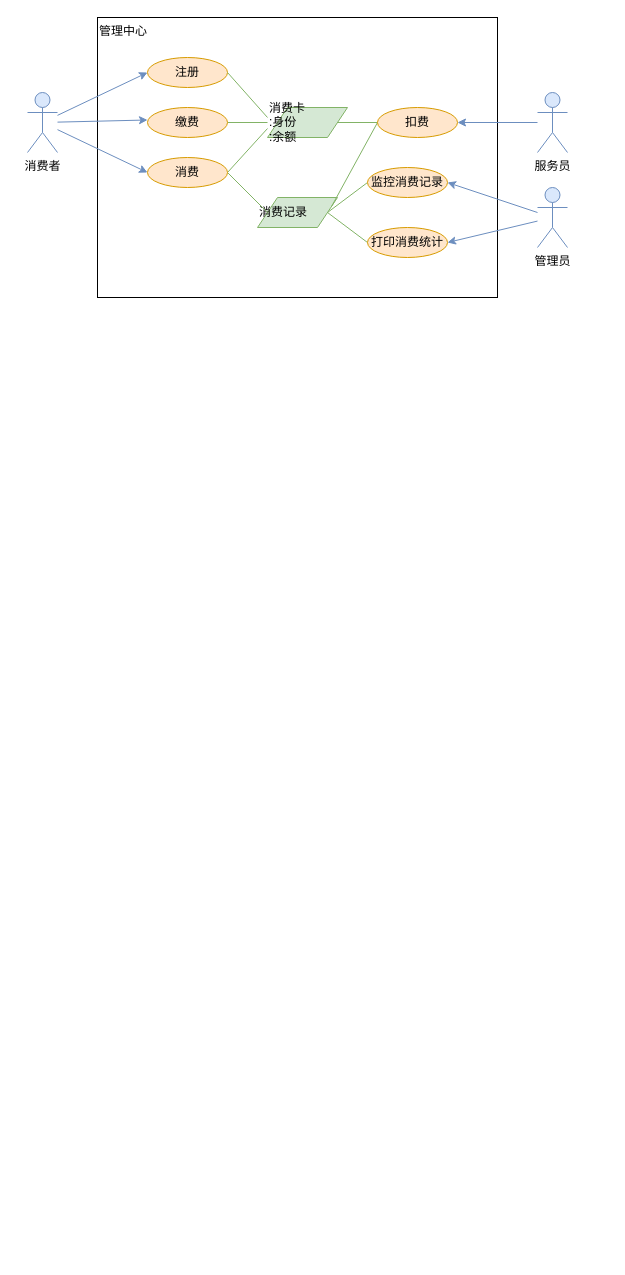
The draw.io diagram jk_week1.drawio in sycoral/sharefiles, before the edit. Source tidied: cells renumbered, new cells numbered last; positions are measured from the earlier drawing's top-left corner, leaving out a move shared by most shapes. Both pictures are drawn from the tidied source at 100%, with x=0, y=0 at pixel (27, 17).
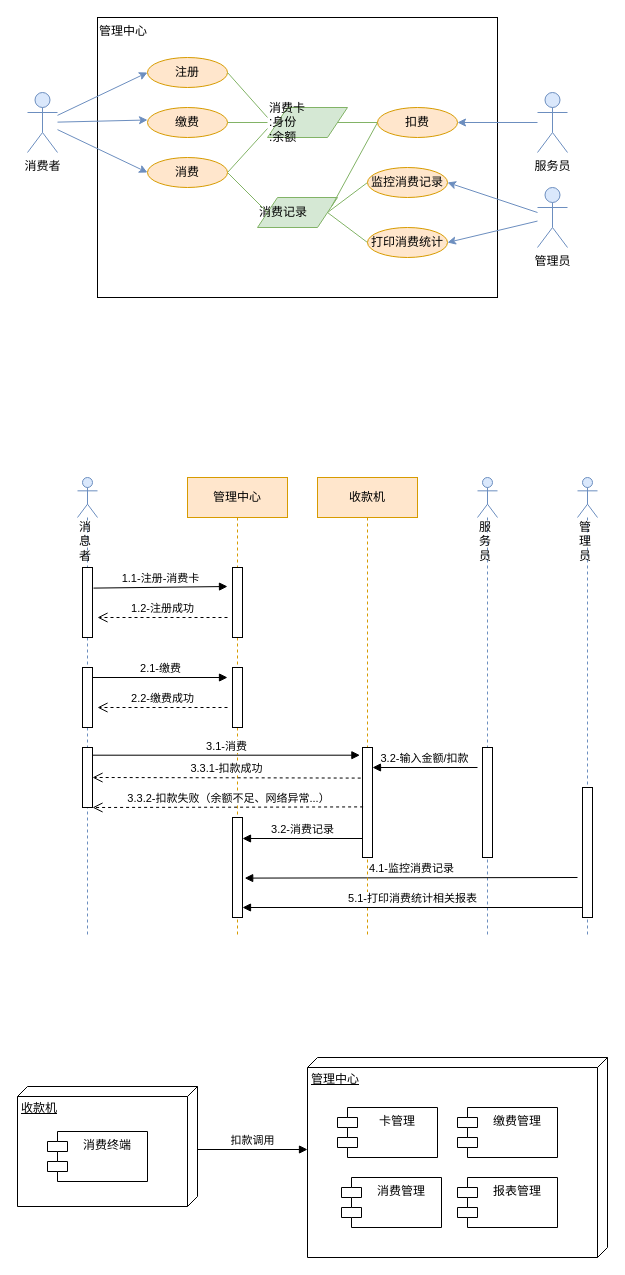
Above is the later version.

The edit, as a diff of the source:
```diff
@@
+    <mxCell id="28" value="&lt;div&gt;&lt;span&gt;消息者&lt;/span&gt;&lt;/div&gt;" style="shape=umlLifeline;participant=umlActor;perimeter=lifelinePerimeter;whiteSpace=wrap;html=1;verticalAlign=top;spacingTop=36;align=left;fillColor=#dae8fc;strokeColor=#6c8ebf;" parent="1" vertex="1">
+      <mxGeometry x="50" y="460" width="20" height="460" as="geometry" />
+    </mxCell>
+    <mxCell id="29" style="html=1;perimeter=orthogonalPerimeter;align=left;" parent="28" vertex="1">
+      <mxGeometry x="5" y="90" width="10" height="70" as="geometry" />
+    </mxCell>
+    <mxCell id="30" style="html=1;perimeter=orthogonalPerimeter;align=center;" parent="28" vertex="1">
+      <mxGeometry x="5" y="190" width="10" height="60" as="geometry" />
+    </mxCell>
+    <mxCell id="31" style="html=1;points=[];perimeter=orthogonalPerimeter;align=center;" parent="28" vertex="1">
+      <mxGeometry x="5" y="270" width="10" height="60" as="geometry" />
+    </mxCell>
+    <mxCell id="32" value="服务员" style="shape=umlLifeline;participant=umlActor;perimeter=lifelinePerimeter;whiteSpace=wrap;html=1;verticalAlign=top;spacingTop=36;align=left;fillColor=#dae8fc;strokeColor=#6c8ebf;" parent="1" vertex="1">
+      <mxGeometry x="450" y="460" width="20" height="460" as="geometry" />
+    </mxCell>
+    <mxCell id="33" style="html=1;perimeter=orthogonalPerimeter;align=center;" parent="32" vertex="1">
+      <mxGeometry x="5" y="270" width="10" height="110" as="geometry" />
+    </mxCell>
+    <mxCell id="34" value="管理员" style="shape=umlLifeline;participant=umlActor;perimeter=lifelinePerimeter;whiteSpace=wrap;html=1;verticalAlign=top;spacingTop=36;align=left;fillColor=#dae8fc;strokeColor=#6c8ebf;" parent="1" vertex="1">
+      <mxGeometry x="550" y="460" width="20" height="460" as="geometry" />
+    </mxCell>
+    <mxCell id="35" style="html=1;perimeter=orthogonalPerimeter;align=center;" parent="34" vertex="1">
+      <mxGeometry x="5" y="310" width="10" height="130" as="geometry" />
+    </mxCell>
+    <mxCell id="36" value="管理中心" style="shape=umlLifeline;perimeter=lifelinePerimeter;whiteSpace=wrap;html=1;align=center;fillColor=#ffe6cc;strokeColor=#d79b00;" parent="1" vertex="1">
+      <mxGeometry x="160" y="460" width="100" height="460" as="geometry" />
+    </mxCell>
+    <mxCell id="37" style="html=1;perimeter=orthogonalPerimeter;align=center;" parent="36" vertex="1">
+      <mxGeometry x="45" y="90" width="10" height="70" as="geometry" />
+    </mxCell>
+    <mxCell id="38" style="html=1;perimeter=orthogonalPerimeter;align=center;" parent="36" vertex="1">
+      <mxGeometry x="45" y="190" width="10" height="60" as="geometry" />
+    </mxCell>
+    <mxCell id="39" style="html=1;points=[];perimeter=orthogonalPerimeter;align=center;" parent="36" vertex="1">
+      <mxGeometry x="45" y="340" width="10" height="100" as="geometry" />
+    </mxCell>
+    <mxCell id="40" value="4.1-监控消费记录" style="html=1;verticalAlign=bottom;endArrow=block;entryX=1.22;entryY=0.606;entryDx=0;entryDy=0;entryPerimeter=0;" parent="36" edge="1" target="39">
+      <mxGeometry relative="1" as="geometry">
+        <mxPoint x="390" y="400" as="sourcePoint" />
+      </mxGeometry>
+    </mxCell>
+    <mxCell id="41" value="收款机" style="shape=umlLifeline;perimeter=lifelinePerimeter;whiteSpace=wrap;html=1;align=center;fillColor=#ffe6cc;strokeColor=#d79b00;" parent="1" vertex="1">
+      <mxGeometry x="290" y="460" width="100" height="460" as="geometry" />
+    </mxCell>
+    <mxCell id="42" style="html=1;points=[];perimeter=orthogonalPerimeter;align=center;" parent="41" vertex="1">
+      <mxGeometry x="45" y="270" width="10" height="110" as="geometry" />
+    </mxCell>
+    <mxCell id="43" value="3.2-输入金额/扣款" style="html=1;verticalAlign=bottom;endArrow=block;" parent="41" edge="1" target="42">
+      <mxGeometry relative="1" as="geometry">
+        <mxPoint x="160" y="290" as="sourcePoint" />
+      </mxGeometry>
+    </mxCell>
+    <mxCell id="44" value="1.1-注册-消费卡" style="html=1;verticalAlign=bottom;endArrow=block;exitX=1.1;exitY=0.133;exitDx=0;exitDy=0;exitPerimeter=0;" parent="1" edge="1">
+      <mxGeometry relative="1" as="geometry">
+        <mxPoint x="66" y="570.6" as="sourcePoint" />
+        <mxPoint x="200" y="569" as="targetPoint" />
+      </mxGeometry>
+    </mxCell>
+    <mxCell id="45" value="1.2-注册成功" style="html=1;verticalAlign=bottom;endArrow=open;dashed=1;endSize=8;" parent="1" edge="1">
+      <mxGeometry relative="1" as="geometry">
+        <mxPoint x="200" y="600" as="sourcePoint" />
+        <mxPoint x="70" y="600" as="targetPoint" />
+      </mxGeometry>
+    </mxCell>
+    <mxCell id="46" value="2.1-缴费" style="html=1;verticalAlign=bottom;endArrow=block;" parent="1" edge="1">
+      <mxGeometry relative="1" as="geometry">
+        <mxPoint x="65" y="660" as="sourcePoint" />
+        <mxPoint x="200" y="660" as="targetPoint" />
+      </mxGeometry>
+    </mxCell>
+    <mxCell id="47" value="2.2-缴费成功" style="html=1;verticalAlign=bottom;endArrow=open;dashed=1;endSize=8;" parent="1" edge="1">
+      <mxGeometry relative="1" as="geometry">
+        <mxPoint x="200" y="690" as="sourcePoint" />
+        <mxPoint x="70" y="690" as="targetPoint" />
+      </mxGeometry>
+    </mxCell>
+    <mxCell id="48" value="3.1-消费" style="html=1;verticalAlign=bottom;endArrow=block;entryX=-0.26;entryY=0.07;entryDx=0;entryDy=0;entryPerimeter=0;" parent="1" edge="1" source="31" target="42">
+      <mxGeometry relative="1" as="geometry" />
+    </mxCell>
+    <mxCell id="49" value="3.3.1-扣款成功" style="html=1;verticalAlign=bottom;endArrow=open;dashed=1;endSize=8;exitX=-0.18;exitY=0.278;exitDx=0;exitDy=0;exitPerimeter=0;" parent="1" edge="1" source="42">
+      <mxGeometry relative="1" as="geometry">
+        <mxPoint x="65" y="760" as="targetPoint" />
+      </mxGeometry>
+    </mxCell>
+    <mxCell id="50" value="3.3.2-扣款失败（余额不足、网络异常...）" style="html=1;verticalAlign=bottom;endArrow=open;dashed=1;endSize=8;exitX=0.06;exitY=0.54;exitDx=0;exitDy=0;exitPerimeter=0;" parent="1" edge="1" source="42">
+      <mxGeometry relative="1" as="geometry">
+        <mxPoint x="65" y="790" as="targetPoint" />
+      </mxGeometry>
+    </mxCell>
+    <mxCell id="51" value="3.2-消费记录" style="html=1;verticalAlign=bottom;endArrow=block;" parent="1" edge="1">
+      <mxGeometry relative="1" as="geometry">
+        <mxPoint x="335" y="821" as="sourcePoint" />
+        <mxPoint x="215" y="821" as="targetPoint" />
+      </mxGeometry>
+    </mxCell>
+    <mxCell id="52" value="5.1-打印消费统计相关报表" style="html=1;verticalAlign=bottom;endArrow=block;" parent="1" edge="1">
+      <mxGeometry relative="1" as="geometry">
+        <mxPoint x="555" y="890" as="sourcePoint" />
+        <mxPoint x="215" y="890" as="targetPoint" />
+      </mxGeometry>
+    </mxCell>
+    <mxCell id="53" value="管理中心" style="verticalAlign=top;align=left;spacingTop=8;spacingLeft=2;spacingRight=12;shape=cube;size=10;direction=south;fontStyle=4;html=1;" parent="1" vertex="1">
+      <mxGeometry x="280" y="1040" width="300" height="200" as="geometry" />
+    </mxCell>
+    <mxCell id="54" value="卡管理" style="shape=module;align=left;spacingLeft=20;align=center;verticalAlign=top;" parent="1" vertex="1">
+      <mxGeometry x="310" y="1090" width="100" height="50" as="geometry" />
+    </mxCell>
+    <mxCell id="55" value="缴费管理" style="shape=module;align=left;spacingLeft=20;align=center;verticalAlign=top;" parent="1" vertex="1">
+      <mxGeometry x="430" y="1090" width="100" height="50" as="geometry" />
+    </mxCell>
+    <mxCell id="56" value="消费管理" style="shape=module;align=left;spacingLeft=20;align=center;verticalAlign=top;" parent="1" vertex="1">
+      <mxGeometry x="314" y="1160" width="100" height="50" as="geometry" />
+    </mxCell>
+    <mxCell id="57" value="报表管理" style="shape=module;align=left;spacingLeft=20;align=center;verticalAlign=top;" parent="1" vertex="1">
+      <mxGeometry x="430" y="1160" width="100" height="50" as="geometry" />
+    </mxCell>
+    <mxCell id="58" value="收款机" style="verticalAlign=top;align=left;spacingTop=8;spacingLeft=2;spacingRight=12;shape=cube;size=10;direction=south;fontStyle=4;html=1;" parent="1" vertex="1">
+      <mxGeometry x="-10" y="1069" width="180" height="120" as="geometry" />
+    </mxCell>
+    <mxCell id="59" value="消费终端" style="shape=module;align=left;spacingLeft=20;align=center;verticalAlign=top;" parent="1" vertex="1">
+      <mxGeometry x="20" y="1114" width="100" height="50" as="geometry" />
+    </mxCell>
+    <mxCell id="60" value="扣款调用" style="html=1;verticalAlign=bottom;endArrow=block;" parent="1" edge="1">
+      <mxGeometry relative="1" as="geometry">
+        <mxPoint x="170" y="1132" as="sourcePoint" />
+        <mxPoint x="280" y="1132" as="targetPoint" />
+      </mxGeometry>
+    </mxCell>
```
